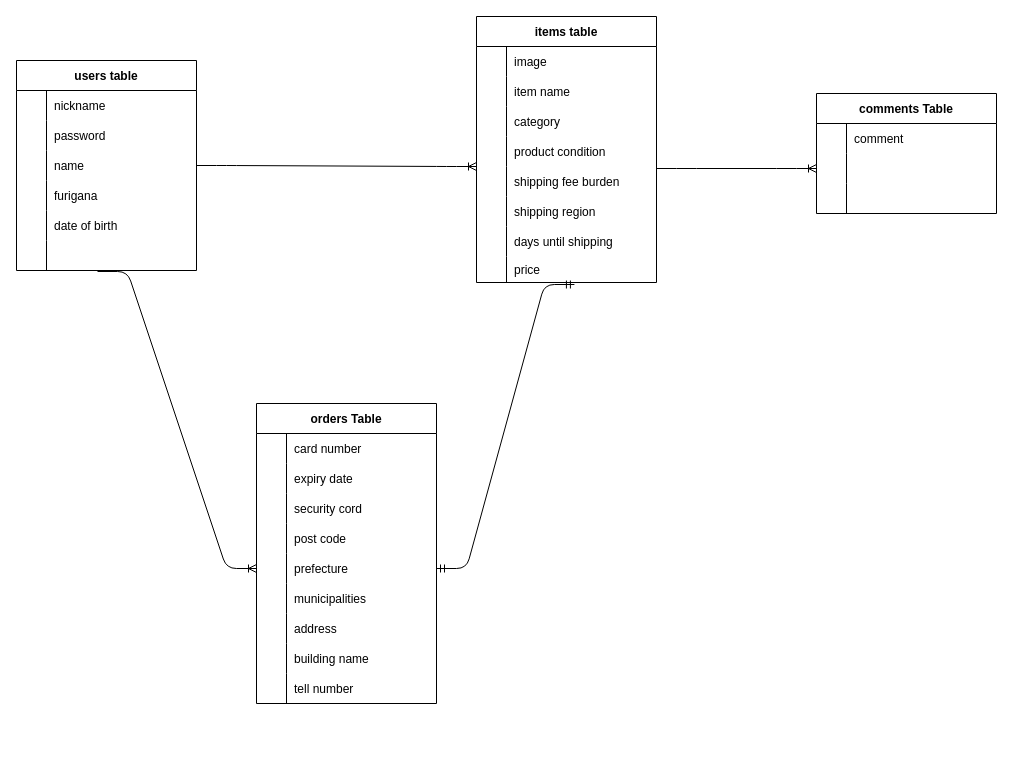
2bes1110/furima-40521 keeps this draw.io diagram as db/furima.dio. Above is the earlier version. Source tidied: cells renumbered, new cells numbered last; positions are measured from the earlier drawing's top-left corner, leaving out a move shared by most shapes. Both pictures are drawn from the tidied source at 100%, with x=0, y=0 at pixel (16, 16).
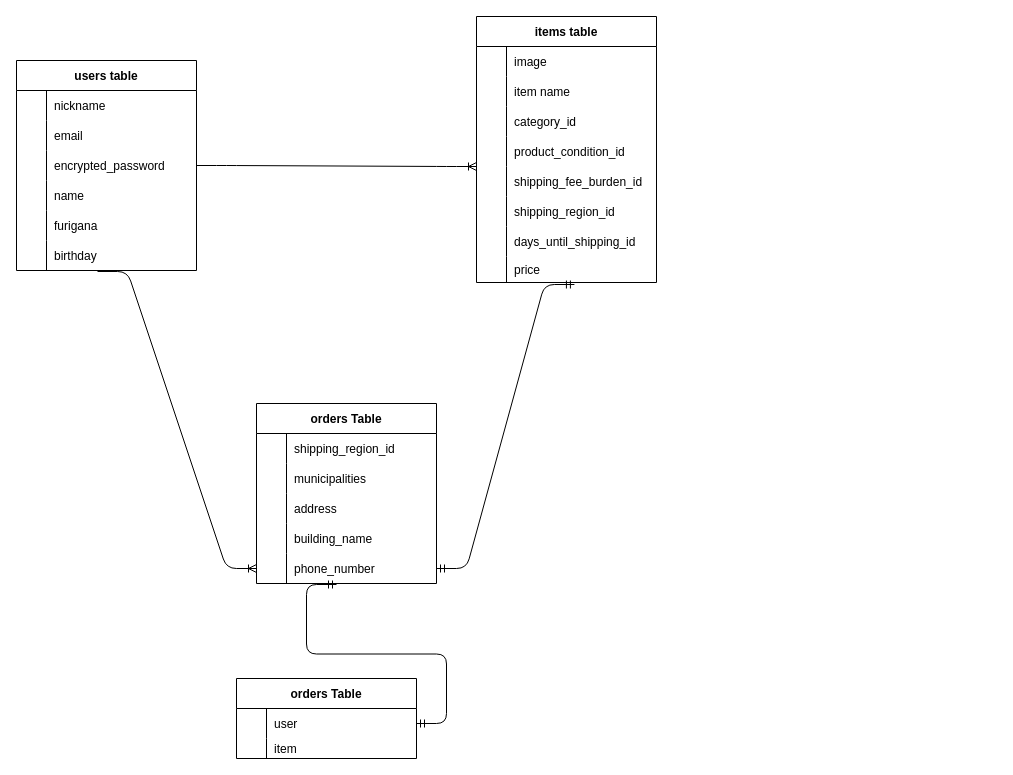
After the change.

The change refers to these unchanged cells:
```xml
<mxCell id="6" style="shape=tableRow;horizontal=0;startSize=0;swimlaneHead=0;swimlaneBody=0;fillColor=none;top=0;left=0;right=0;bottom=0;" parent="2" vertex="1">
  <mxGeometry y="60" width="180" height="30" as="geometry" />
</mxCell>
<mxCell id="9" style="shape=tableRow;horizontal=0;startSize=0;swimlaneHead=0;swimlaneBody=0;fillColor=none;points=[[0,0.5],[1,0.5]];portConstraint=eastwest;top=0;left=0;right=0;bottom=0;" parent="2" vertex="1">
  <mxGeometry y="90" width="180" height="30" as="geometry" />
</mxCell>
<mxCell id="12" style="shape=tableRow;horizontal=0;startSize=0;swimlaneHead=0;swimlaneBody=0;fillColor=none;top=0;left=0;right=0;bottom=0;" parent="2" vertex="1">
  <mxGeometry y="120" width="180" height="30" as="geometry" />
</mxCell>
<mxCell id="15" style="shape=tableRow;horizontal=0;startSize=0;swimlaneHead=0;swimlaneBody=0;fillColor=none;top=0;left=0;right=0;bottom=0;" parent="2" vertex="1">
  <mxGeometry y="150" width="180" height="30" as="geometry" />
</mxCell>
<mxCell id="18" style="shape=tableRow;horizontal=0;startSize=0;swimlaneHead=0;swimlaneBody=0;fillColor=none;points=[[0,0.5],[1,0.5]];portConstraint=eastwest;top=0;left=0;right=0;bottom=0;" parent="2" vertex="1">
  <mxGeometry y="180" width="180" height="30" as="geometry" />
</mxCell>
<mxCell id="28" style="shape=tableRow;horizontal=0;startSize=0;swimlaneHead=0;swimlaneBody=0;fillColor=none;top=0;left=0;right=0;bottom=0;" parent="21" vertex="1">
  <mxGeometry y="90" width="180" height="30" as="geometry" />
</mxCell>
<mxCell id="31" style="shape=tableRow;horizontal=0;startSize=0;swimlaneHead=0;swimlaneBody=0;fillColor=none;top=0;left=0;right=0;bottom=0;" parent="21" vertex="1">
  <mxGeometry y="120" width="180" height="30" as="geometry" />
</mxCell>
<mxCell id="34" style="shape=tableRow;horizontal=0;startSize=0;swimlaneHead=0;swimlaneBody=0;fillColor=none;points=[[0,0.5],[1,0.5]];portConstraint=eastwest;top=0;left=0;right=0;bottom=0;" parent="21" vertex="1">
  <mxGeometry y="150" width="180" height="30" as="geometry" />
</mxCell>
<mxCell id="37" style="shape=tableRow;horizontal=0;startSize=0;swimlaneHead=0;swimlaneBody=0;fillColor=none;top=0;left=0;right=0;bottom=0;" parent="21" vertex="1">
  <mxGeometry y="180" width="180" height="30" as="geometry" />
</mxCell>
<mxCell id="40" style="shape=tableRow;horizontal=0;startSize=0;swimlaneHead=0;swimlaneBody=0;fillColor=none;top=0;left=0;right=0;bottom=0;" parent="21" vertex="1">
  <mxGeometry y="210" width="180" height="30" as="geometry" />
</mxCell>
<mxCell id="48" style="shape=tableRow;horizontal=0;startSize=0;swimlaneHead=0;swimlaneBody=0;fillColor=none;top=0;left=0;right=0;bottom=0;" parent="47" vertex="1">
  <mxGeometry y="30" width="180" height="30" as="geometry" />
</mxCell>
<mxCell id="51" style="shape=tableRow;horizontal=0;startSize=0;swimlaneHead=0;swimlaneBody=0;fillColor=none;top=0;left=0;right=0;bottom=0;" parent="47" vertex="1">
  <mxGeometry y="60" width="180" height="30" as="geometry" />
</mxCell>
<mxCell id="54" style="shape=tableRow;horizontal=0;startSize=0;swimlaneHead=0;swimlaneBody=0;fillColor=none;top=0;left=0;right=0;bottom=0;" parent="47" vertex="1">
  <mxGeometry y="90" width="180" height="30" as="geometry" />
</mxCell>
<mxCell id="57" style="shape=tableRow;horizontal=0;startSize=0;swimlaneHead=0;swimlaneBody=0;fillColor=none;top=0;left=0;right=0;bottom=0;" parent="47" vertex="1">
  <mxGeometry y="120" width="180" height="30" as="geometry" />
</mxCell>
<mxCell id="60" style="shape=tableRow;horizontal=0;startSize=0;swimlaneHead=0;swimlaneBody=0;fillColor=none;points=[[0,0.5],[1,0.5]];portConstraint=eastwest;top=0;left=0;right=0;bottom=0;" parent="47" vertex="1">
  <mxGeometry y="150" width="180" height="30" as="geometry" />
</mxCell>
```

What changed in the source:
```diff
@@
-    <mxCell id="8" value="password" style="shape=partialRectangle;fillColor=none;top=0;left=0;bottom=0;right=0;align=left;spacingLeft=6;overflow=hidden;" parent="6" vertex="1">
+    <mxCell id="8" value="email" style="shape=partialRectangle;fillColor=none;top=0;left=0;bottom=0;right=0;align=left;spacingLeft=6;overflow=hidden;" parent="6" vertex="1">
       <mxGeometry x="30" width="150" height="30" as="geometry" />
     </mxCell>
@@
-    <mxCell id="11" value="name" style="shape=partialRectangle;fillColor=none;top=0;left=0;bottom=0;right=0;align=left;spacingLeft=6;overflow=hidden;" parent="9" vertex="1">
+    <mxCell id="11" value="encrypted_password" style="shape=partialRectangle;fillColor=none;top=0;left=0;bottom=0;right=0;align=left;spacingLeft=6;overflow=hidden;" parent="9" vertex="1">
       <mxGeometry x="30" width="150" height="30" as="geometry" />
     </mxCell>
@@
-    <mxCell id="14" value="furigana" style="shape=partialRectangle;fillColor=none;top=0;left=0;bottom=0;right=0;align=left;spacingLeft=6;overflow=hidden;" parent="12" vertex="1">
+    <mxCell id="14" value="name" style="shape=partialRectangle;fillColor=none;top=0;left=0;bottom=0;right=0;align=left;spacingLeft=6;overflow=hidden;" parent="12" vertex="1">
       <mxGeometry x="30" width="150" height="30" as="geometry" />
     </mxCell>
@@
-    <mxCell id="17" value="date of birth" style="shape=partialRectangle;fillColor=none;top=0;left=0;bottom=0;right=0;align=left;spacingLeft=6;overflow=hidden;" parent="15" vertex="1">
+    <mxCell id="17" value="furigana" style="shape=partialRectangle;fillColor=none;top=0;left=0;bottom=0;right=0;align=left;spacingLeft=6;overflow=hidden;" parent="15" vertex="1">
       <mxGeometry x="30" width="150" height="30" as="geometry" />
     </mxCell>
@@
-    <mxCell id="20" style="shape=partialRectangle;fillColor=none;top=0;left=0;bottom=0;right=0;align=left;spacingLeft=6;overflow=hidden;" parent="18" vertex="1">
+    <mxCell id="20" value="birthday" style="shape=partialRectangle;fillColor=none;top=0;left=0;bottom=0;right=0;align=left;spacingLeft=6;overflow=hidden;" parent="18" vertex="1">
       <mxGeometry x="30" width="150" height="30" as="geometry" />
     </mxCell>
@@
-    <mxCell id="30" value="category" style="shape=partialRectangle;fillColor=none;top=0;left=0;bottom=0;right=0;align=left;spacingLeft=6;overflow=hidden;" parent="28" vertex="1">
+    <mxCell id="30" value="category_id" style="shape=partialRectangle;fillColor=none;top=0;left=0;bottom=0;right=0;align=left;spacingLeft=6;overflow=hidden;" parent="28" vertex="1">
       <mxGeometry x="30" width="150" height="30" as="geometry" />
     </mxCell>
@@
-    <mxCell id="33" value="product condition" style="shape=partialRectangle;fillColor=none;top=0;left=0;bottom=0;right=0;align=left;spacingLeft=6;overflow=hidden;" parent="31" vertex="1">
+    <mxCell id="33" value="product_condition_id" style="shape=partialRectangle;fillColor=none;top=0;left=0;bottom=0;right=0;align=left;spacingLeft=6;overflow=hidden;" parent="31" vertex="1">
       <mxGeometry x="30" width="150" height="30" as="geometry" />
     </mxCell>
@@
-    <mxCell id="36" value="shipping fee burden" style="shape=partialRectangle;fillColor=none;top=0;left=0;bottom=0;right=0;align=left;spacingLeft=6;overflow=hidden;" parent="34" vertex="1">
+    <mxCell id="36" value="shipping_fee_burden_id" style="shape=partialRectangle;fillColor=none;top=0;left=0;bottom=0;right=0;align=left;spacingLeft=6;overflow=hidden;" parent="34" vertex="1">
       <mxGeometry x="30" width="150" height="30" as="geometry" />
     </mxCell>
@@
-    <mxCell id="39" value="shipping region" style="shape=partialRectangle;fillColor=none;top=0;left=0;bottom=0;right=0;align=left;spacingLeft=6;overflow=hidden;" parent="37" vertex="1">
+    <mxCell id="39" value="shipping_region_id" style="shape=partialRectangle;fillColor=none;top=0;left=0;bottom=0;right=0;align=left;spacingLeft=6;overflow=hidden;" parent="37" vertex="1">
       <mxGeometry x="30" width="150" height="30" as="geometry" />
     </mxCell>
@@
-    <mxCell id="42" value="days until shipping" style="shape=partialRectangle;fillColor=none;top=0;left=0;bottom=0;right=0;align=left;spacingLeft=6;overflow=hidden;" parent="40" vertex="1">
+    <mxCell id="42" value="days_until_shipping_id" style="shape=partialRectangle;fillColor=none;top=0;left=0;bottom=0;right=0;align=left;spacingLeft=6;overflow=hidden;" parent="40" vertex="1">
       <mxGeometry x="30" width="150" height="30" as="geometry" />
     </mxCell>
@@
     <mxCell id="47" value="orders Table" style="shape=table;startSize=30;childLayout=tableLayout;rowLines=0;fontStyle=1;align=center;" parent="1" vertex="1">
-      <mxGeometry x="240" y="387" width="180" height="300" as="geometry" />
+      <mxGeometry x="240" y="387" width="180" height="180" as="geometry" />
     </mxCell>
@@
-    <mxCell id="50" value="card number" style="shape=partialRectangle;fillColor=none;top=0;left=0;bottom=0;right=0;align=left;spacingLeft=6;overflow=hidden;" parent="48" vertex="1">
+    <mxCell id="50" value="shipping_region_id" style="shape=partialRectangle;fillColor=none;top=0;left=0;bottom=0;right=0;align=left;spacingLeft=6;overflow=hidden;" parent="48" vertex="1">
       <mxGeometry x="30" width="150" height="30" as="geometry" />
     </mxCell>
@@
-    <mxCell id="53" value="expiry date" style="shape=partialRectangle;fillColor=none;top=0;left=0;bottom=0;right=0;align=left;spacingLeft=6;overflow=hidden;" parent="51" vertex="1">
+    <mxCell id="53" value="municipalities" style="shape=partialRectangle;fillColor=none;top=0;left=0;bottom=0;right=0;align=left;spacingLeft=6;overflow=hidden;" parent="51" vertex="1">
       <mxGeometry x="30" width="150" height="30" as="geometry" />
     </mxCell>
@@
-    <mxCell id="56" value="security cord" style="shape=partialRectangle;fillColor=none;top=0;left=0;bottom=0;right=0;align=left;spacingLeft=6;overflow=hidden;" parent="54" vertex="1">
+    <mxCell id="56" value="address" style="shape=partialRectangle;fillColor=none;top=0;left=0;bottom=0;right=0;align=left;spacingLeft=6;overflow=hidden;" parent="54" vertex="1">
       <mxGeometry x="30" width="150" height="30" as="geometry" />
     </mxCell>
@@
-    <mxCell id="59" value="post code" style="shape=partialRectangle;fillColor=none;top=0;left=0;bottom=0;right=0;align=left;spacingLeft=6;overflow=hidden;" parent="57" vertex="1">
+    <mxCell id="59" value="building_name" style="shape=partialRectangle;fillColor=none;top=0;left=0;bottom=0;right=0;align=left;spacingLeft=6;overflow=hidden;" parent="57" vertex="1">
       <mxGeometry x="30" width="150" height="30" as="geometry" />
     </mxCell>
@@
-    <mxCell id="62" value="prefecture" style="shape=partialRectangle;fillColor=none;top=0;left=0;bottom=0;right=0;align=left;spacingLeft=6;overflow=hidden;" parent="60" vertex="1">
+    <mxCell id="62" value="phone_number" style="shape=partialRectangle;fillColor=none;top=0;left=0;bottom=0;right=0;align=left;spacingLeft=6;overflow=hidden;" parent="60" vertex="1">
       <mxGeometry x="30" width="150" height="30" as="geometry" />
     </mxCell>
-    <mxCell id="63" style="shape=tableRow;horizontal=0;startSize=0;swimlaneHead=0;swimlaneBody=0;fillColor=none;top=0;left=0;right=0;bottom=0;" parent="47" vertex="1">
-      <mxGeometry y="180" width="180" height="30" as="geometry" />
-    </mxCell>
-    <mxCell id="64" style="shape=partialRectangle;fillColor=none;top=0;left=0;bottom=0;right=0;overflow=hidden;" parent="63" vertex="1">
-      <mxGeometry width="30" height="30" as="geometry" />
-    </mxCell>
-    <mxCell id="65" value="municipalities" style="shape=partialRectangle;fillColor=none;top=0;left=0;bottom=0;right=0;align=left;spacingLeft=6;overflow=hidden;" parent="63" vertex="1">
-      <mxGeometry x="30" width="150" height="30" as="geometry" />
-    </mxCell>
-    <mxCell id="66" style="shape=tableRow;horizontal=0;startSize=0;swimlaneHead=0;swimlaneBody=0;fillColor=none;top=0;left=0;right=0;bottom=0;" parent="47" vertex="1">
-      <mxGeometry y="210" width="180" height="30" as="geometry" />
-    </mxCell>
-    <mxCell id="67" style="shape=partialRectangle;fillColor=none;top=0;left=0;bottom=0;right=0;overflow=hidden;" parent="66" vertex="1">
-      <mxGeometry width="30" height="30" as="geometry" />
-    </mxCell>
-    <mxCell id="68" value="address" style="shape=partialRectangle;fillColor=none;top=0;left=0;bottom=0;right=0;align=left;spacingLeft=6;overflow=hidden;" parent="66" vertex="1">
-      <mxGeometry x="30" width="150" height="30" as="geometry" />
-    </mxCell>
-    <mxCell id="69" style="shape=tableRow;horizontal=0;startSize=0;swimlaneHead=0;swimlaneBody=0;fillColor=none;top=0;left=0;right=0;bottom=0;" parent="47" vertex="1">
-      <mxGeometry y="240" width="180" height="30" as="geometry" />
-    </mxCell>
-    <mxCell id="70" style="shape=partialRectangle;fillColor=none;top=0;left=0;bottom=0;right=0;overflow=hidden;" parent="69" vertex="1">
-      <mxGeometry width="30" height="30" as="geometry" />
-    </mxCell>
-    <mxCell id="71" value="building name" style="shape=partialRectangle;fillColor=none;top=0;left=0;bottom=0;right=0;align=left;spacingLeft=6;overflow=hidden;" parent="69" vertex="1">
-      <mxGeometry x="30" width="150" height="30" as="geometry" />
-    </mxCell>
-    <mxCell id="72" style="shape=tableRow;horizontal=0;startSize=0;swimlaneHead=0;swimlaneBody=0;fillColor=none;top=0;left=0;right=0;bottom=0;" parent="47" vertex="1">
-      <mxGeometry y="270" width="180" height="30" as="geometry" />
-    </mxCell>
-    <mxCell id="73" style="shape=partialRectangle;fillColor=none;top=0;left=0;bottom=0;right=0;overflow=hidden;" parent="72" vertex="1">
-      <mxGeometry width="30" height="30" as="geometry" />
-    </mxCell>
-    <mxCell id="74" value="tell number" style="shape=partialRectangle;fillColor=none;top=0;left=0;bottom=0;right=0;align=left;spacingLeft=6;overflow=hidden;" parent="72" vertex="1">
-      <mxGeometry x="30" width="150" height="30" as="geometry" />
-    </mxCell>
@@
-    <mxCell id="78" value="comments Table" style="shape=table;startSize=30;childLayout=tableLayout;rowLines=0;fontStyle=1;align=center;" parent="1" vertex="1">
-      <mxGeometry x="800" y="77" width="180" height="120" as="geometry" />
-    </mxCell>
+    <mxCell id="88" value="orders Table" style="shape=table;startSize=30;childLayout=tableLayout;rowLines=0;fontStyle=1;align=center;" parent="1" vertex="1">
+      <mxGeometry x="220" y="662" width="180" height="80" as="geometry" />
+    </mxCell>
-    <mxCell id="79" style="shape=tableRow;horizontal=0;startSize=0;swimlaneHead=0;swimlaneBody=0;fillColor=none;points=[[0,0.5],[1,0.5]];portConstraint=eastwest;top=0;left=0;right=0;bottom=0;" parent="78" vertex="1">
+    <mxCell id="79" style="shape=tableRow;horizontal=0;startSize=0;swimlaneHead=0;swimlaneBody=0;fillColor=none;points=[[0,0.5],[1,0.5]];portConstraint=eastwest;top=0;left=0;right=0;bottom=0;" parent="88" vertex="1">
       <mxGeometry y="30" width="180" height="30" as="geometry" />
     </mxCell>
-    <mxCell id="80" style="shape=partialRectangle;fillColor=none;top=0;left=0;bottom=0;right=0;overflow=hidden;" parent="79" vertex="1">
-      <mxGeometry width="30" height="30" as="geometry" />
-    </mxCell>
-    <mxCell id="81" value="comment" style="shape=partialRectangle;fillColor=none;top=0;left=0;bottom=0;right=0;align=left;spacingLeft=6;overflow=hidden;" parent="79" vertex="1">
-      <mxGeometry x="30" width="150" height="30" as="geometry" />
-    </mxCell>
-    <mxCell id="82" style="shape=tableRow;horizontal=0;startSize=0;swimlaneHead=0;swimlaneBody=0;fillColor=none;points=[[0,0.5],[1,0.5]];portConstraint=eastwest;top=0;left=0;right=0;bottom=0;" parent="78" vertex="1">
-      <mxGeometry y="60" width="180" height="30" as="geometry" />
-    </mxCell>
-    <mxCell id="83" style="shape=partialRectangle;fillColor=none;top=0;left=0;bottom=0;right=0;overflow=hidden;" parent="82" vertex="1">
-      <mxGeometry width="30" height="30" as="geometry" />
-    </mxCell>
-    <mxCell id="84" style="shape=partialRectangle;fillColor=none;top=0;left=0;bottom=0;right=0;align=left;spacingLeft=6;overflow=hidden;" parent="82" vertex="1">
-      <mxGeometry x="30" width="150" height="30" as="geometry" />
-    </mxCell>
-    <mxCell id="85" style="shape=tableRow;horizontal=0;startSize=0;swimlaneHead=0;swimlaneBody=0;fillColor=none;top=0;left=0;right=0;bottom=0;" parent="78" vertex="1">
-      <mxGeometry y="90" width="180" height="30" as="geometry" />
-    </mxCell>
-    <mxCell id="86" style="shape=partialRectangle;fillColor=none;top=0;left=0;bottom=0;right=0;overflow=hidden;" parent="85" vertex="1">
-      <mxGeometry width="30" height="30" as="geometry" />
-    </mxCell>
-    <mxCell id="87" style="shape=partialRectangle;fillColor=none;top=0;left=0;bottom=0;right=0;align=left;spacingLeft=6;overflow=hidden;" parent="85" vertex="1">
-      <mxGeometry x="30" width="150" height="30" as="geometry" />
-    </mxCell>
-    <mxCell id="88" style="edgeStyle=entityRelationEdgeStyle;fontSize=12;html=1;endArrow=ERoneToMany;exitX=1;exitY=0.067;exitDx=0;exitDy=0;exitPerimeter=0;entryX=0;entryY=0.5;entryDx=0;entryDy=0;" parent="1" edge="1" source="34" target="82">
-      <mxGeometry relative="1" as="geometry" />
-    </mxCell>
+    <mxCell id="89" style="shape=partialRectangle;fillColor=none;top=0;left=0;bottom=0;right=0;overflow=hidden;" parent="79" vertex="1">
+      <mxGeometry width="30" height="30" as="geometry" />
+    </mxCell>
+    <mxCell id="90" value="user" style="shape=partialRectangle;fillColor=none;top=0;left=0;bottom=0;right=0;align=left;spacingLeft=6;overflow=hidden;" parent="79" vertex="1">
+      <mxGeometry x="30" width="150" height="30" as="geometry" />
+    </mxCell>
+    <mxCell id="91" style="shape=tableRow;horizontal=0;startSize=0;swimlaneHead=0;swimlaneBody=0;fillColor=none;top=0;left=0;right=0;bottom=0;" parent="88" vertex="1">
+      <mxGeometry y="60" width="180" height="20" as="geometry" />
+    </mxCell>
+    <mxCell id="92" style="shape=partialRectangle;fillColor=none;top=0;left=0;bottom=0;right=0;overflow=hidden;" parent="91" vertex="1">
+      <mxGeometry width="30" height="20" as="geometry" />
+    </mxCell>
+    <mxCell id="93" value="item" style="shape=partialRectangle;fillColor=none;top=0;left=0;bottom=0;right=0;align=left;spacingLeft=6;overflow=hidden;" parent="91" vertex="1">
+      <mxGeometry x="30" width="150" height="20" as="geometry" />
+    </mxCell>
+    <mxCell id="94" style="edgeStyle=entityRelationEdgeStyle;fontSize=12;html=1;endArrow=ERmandOne;startArrow=ERmandOne;rounded=1;exitX=1;exitY=0.5;exitDx=0;exitDy=0;" parent="1" edge="1" source="79">
+      <mxGeometry relative="1" as="geometry">
+        <mxPoint x="320" y="568" as="targetPoint" />
+      </mxGeometry>
+    </mxCell>
```
